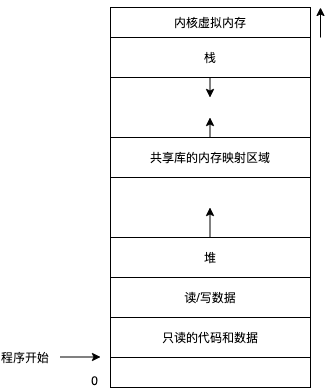
The draw.io diagram img/csapp/Linux进程的虚拟地址空间.png in h2cone/h2cone.github.io, before a commit. Source tidied: cells renumbered, new cells last; positions are measured from the earlier drawing's top-left corner, leaving out a move shared by most shapes.
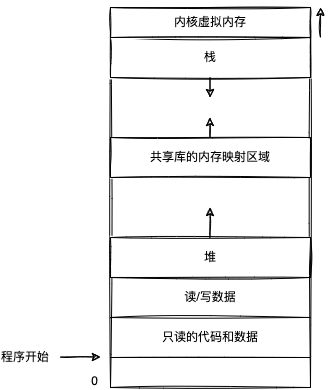
The same diagram one commit later.

The edit, as a diff of the source:
```diff
@@ -2,76 +2,76 @@
   <root>
     <mxCell id="0" />
     <mxCell id="1" parent="0" />
-    <mxCell id="2" style="rounded=0;whiteSpace=wrap;html=1;" parent="1" vertex="1">
+    <mxCell id="2" style="rounded=0;whiteSpace=wrap;html=1;sketch=1;" parent="1" vertex="1">
       <mxGeometry x="110" width="200" height="380" as="geometry" />
     </mxCell>
-    <mxCell id="3" style="endArrow=none;html=1;" parent="1" edge="1">
+    <mxCell id="3" style="endArrow=none;html=1;sketch=1;" parent="1" edge="1">
       <mxGeometry relative="1" as="geometry">
         <mxPoint x="110" y="350" as="sourcePoint" />
         <mxPoint x="310" y="350" as="targetPoint" />
       </mxGeometry>
     </mxCell>
-    <mxCell id="4" style="endArrow=none;html=1;" parent="1" edge="1">
+    <mxCell id="4" style="endArrow=none;html=1;sketch=1;" parent="1" edge="1">
       <mxGeometry relative="1" as="geometry">
         <mxPoint x="110" y="270" as="sourcePoint" />
         <mxPoint x="310" y="270" as="targetPoint" />
       </mxGeometry>
     </mxCell>
-    <mxCell id="5" style="endArrow=none;html=1;" parent="1" edge="1">
+    <mxCell id="5" style="endArrow=none;html=1;sketch=1;" parent="1" edge="1">
       <mxGeometry relative="1" as="geometry">
         <mxPoint x="110" y="310" as="sourcePoint" />
         <mxPoint x="310" y="310" as="targetPoint" />
       </mxGeometry>
     </mxCell>
-    <mxCell id="6" value="只读的代码和数据" style="text;html=1;strokeColor=none;fillColor=none;align=center;verticalAlign=middle;whiteSpace=wrap;rounded=0;" parent="1" vertex="1">
+    <mxCell id="6" value="只读的代码和数据" style="text;html=1;strokeColor=none;fillColor=none;align=center;verticalAlign=middle;whiteSpace=wrap;rounded=0;sketch=1;" parent="1" vertex="1">
       <mxGeometry x="160" y="320" width="100" height="20" as="geometry" />
     </mxCell>
-    <mxCell id="7" value="0" style="text;html=1;strokeColor=none;fillColor=none;align=right;verticalAlign=top;whiteSpace=wrap;rounded=0;" parent="1" vertex="1">
+    <mxCell id="7" value="0" style="text;html=1;strokeColor=none;fillColor=none;align=right;verticalAlign=top;whiteSpace=wrap;rounded=0;sketch=1;" parent="1" vertex="1">
       <mxGeometry x="60" y="360" width="40" height="20" as="geometry" />
     </mxCell>
-    <mxCell id="8" style="endArrow=classic;html=1;" parent="1" edge="1">
+    <mxCell id="8" style="endArrow=classic;html=1;sketch=1;" parent="1" edge="1">
       <mxGeometry relative="1" as="geometry">
         <mxPoint x="60" y="349.5" as="sourcePoint" />
         <mxPoint x="100" y="349.5" as="targetPoint" />
       </mxGeometry>
     </mxCell>
-    <mxCell id="9" value="程序开始" style="text;html=1;strokeColor=none;fillColor=none;align=center;verticalAlign=middle;whiteSpace=wrap;rounded=0;" parent="1" vertex="1">
+    <mxCell id="9" value="程序开始" style="text;html=1;strokeColor=none;fillColor=none;align=center;verticalAlign=middle;whiteSpace=wrap;rounded=0;sketch=1;" parent="1" vertex="1">
       <mxGeometry y="340" width="50" height="20" as="geometry" />
     </mxCell>
-    <mxCell id="10" value="读/写数据" style="text;html=1;strokeColor=none;fillColor=none;align=center;verticalAlign=middle;whiteSpace=wrap;rounded=0;" parent="1" vertex="1">
+    <mxCell id="10" value="读/写数据" style="text;html=1;strokeColor=none;fillColor=none;align=center;verticalAlign=middle;whiteSpace=wrap;rounded=0;sketch=1;" parent="1" vertex="1">
       <mxGeometry x="180" y="280" width="60" height="20" as="geometry" />
     </mxCell>
-    <mxCell id="11" value="堆" style="rounded=0;whiteSpace=wrap;html=1;" parent="1" vertex="1">
+    <mxCell id="11" value="堆" style="rounded=0;whiteSpace=wrap;html=1;sketch=1;" parent="1" vertex="1">
       <mxGeometry x="110" y="230" width="200" height="40" as="geometry" />
     </mxCell>
-    <mxCell id="12" value="共享库的内存映射区域" style="rounded=0;whiteSpace=wrap;html=1;" parent="1" vertex="1">
+    <mxCell id="12" value="共享库的内存映射区域" style="rounded=0;whiteSpace=wrap;html=1;sketch=1;" parent="1" vertex="1">
       <mxGeometry x="110" y="130" width="200" height="40" as="geometry" />
     </mxCell>
-    <mxCell id="13" style="endArrow=classic;html=1;" parent="1" edge="1">
+    <mxCell id="13" style="endArrow=classic;html=1;sketch=1;" parent="1" edge="1">
       <mxGeometry relative="1" as="geometry">
         <mxPoint x="209.5" y="230" as="sourcePoint" />
         <mxPoint x="209.5" y="200" as="targetPoint" />
       </mxGeometry>
     </mxCell>
-    <mxCell id="14" value="栈" style="rounded=0;whiteSpace=wrap;html=1;" parent="1" vertex="1">
+    <mxCell id="14" value="栈" style="rounded=0;whiteSpace=wrap;html=1;sketch=1;" parent="1" vertex="1">
       <mxGeometry x="110" y="30" width="200" height="40" as="geometry" />
     </mxCell>
-    <mxCell id="15" style="endArrow=classic;html=1;" parent="1" edge="1">
+    <mxCell id="15" style="endArrow=classic;html=1;sketch=1;" parent="1" edge="1">
       <mxGeometry relative="1" as="geometry">
         <mxPoint x="209.5" y="130" as="sourcePoint" />
         <mxPoint x="209.5" y="110" as="targetPoint" />
       </mxGeometry>
     </mxCell>
-    <mxCell id="16" style="endArrow=classic;html=1;" parent="1" edge="1">
+    <mxCell id="16" style="endArrow=classic;html=1;sketch=1;" parent="1" edge="1">
       <mxGeometry relative="1" as="geometry">
         <mxPoint x="209.5" y="70" as="sourcePoint" />
         <mxPoint x="209.5" y="90" as="targetPoint" />
       </mxGeometry>
     </mxCell>
-    <mxCell id="17" value="内核虚拟内存" style="rounded=0;whiteSpace=wrap;html=1;" parent="1" vertex="1">
+    <mxCell id="17" value="内核虚拟内存" style="rounded=0;whiteSpace=wrap;html=1;sketch=1;" parent="1" vertex="1">
       <mxGeometry x="110" width="200" height="30" as="geometry" />
     </mxCell>
-    <mxCell id="18" style="endArrow=classic;html=1;" parent="1" edge="1">
+    <mxCell id="18" style="endArrow=classic;html=1;sketch=1;" parent="1" edge="1">
       <mxGeometry relative="1" as="geometry">
         <mxPoint x="320" y="30" as="sourcePoint" />
         <mxPoint x="320" as="targetPoint" />
```
